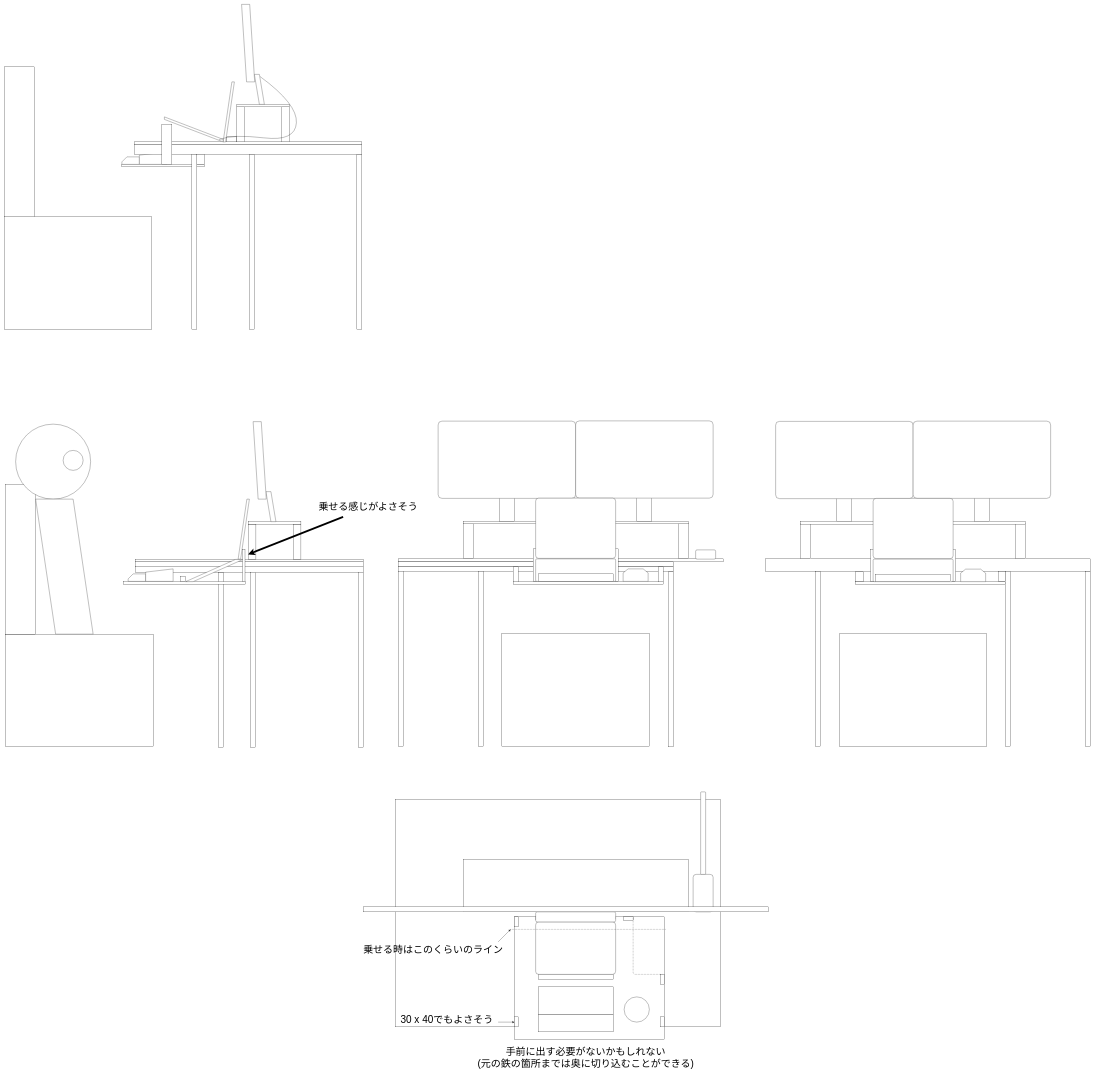
The draw.io diagram table.drawio in sendo-kakeru/diy, before the edit. Source tidied: cells renumbered, new cells numbered last; positions are measured from the earlier drawing's top-left corner, leaving out a move shared by most shapes. Both pictures are drawn from the tidied source at 25%, with x=0, y=0 at pixel (4, 4).
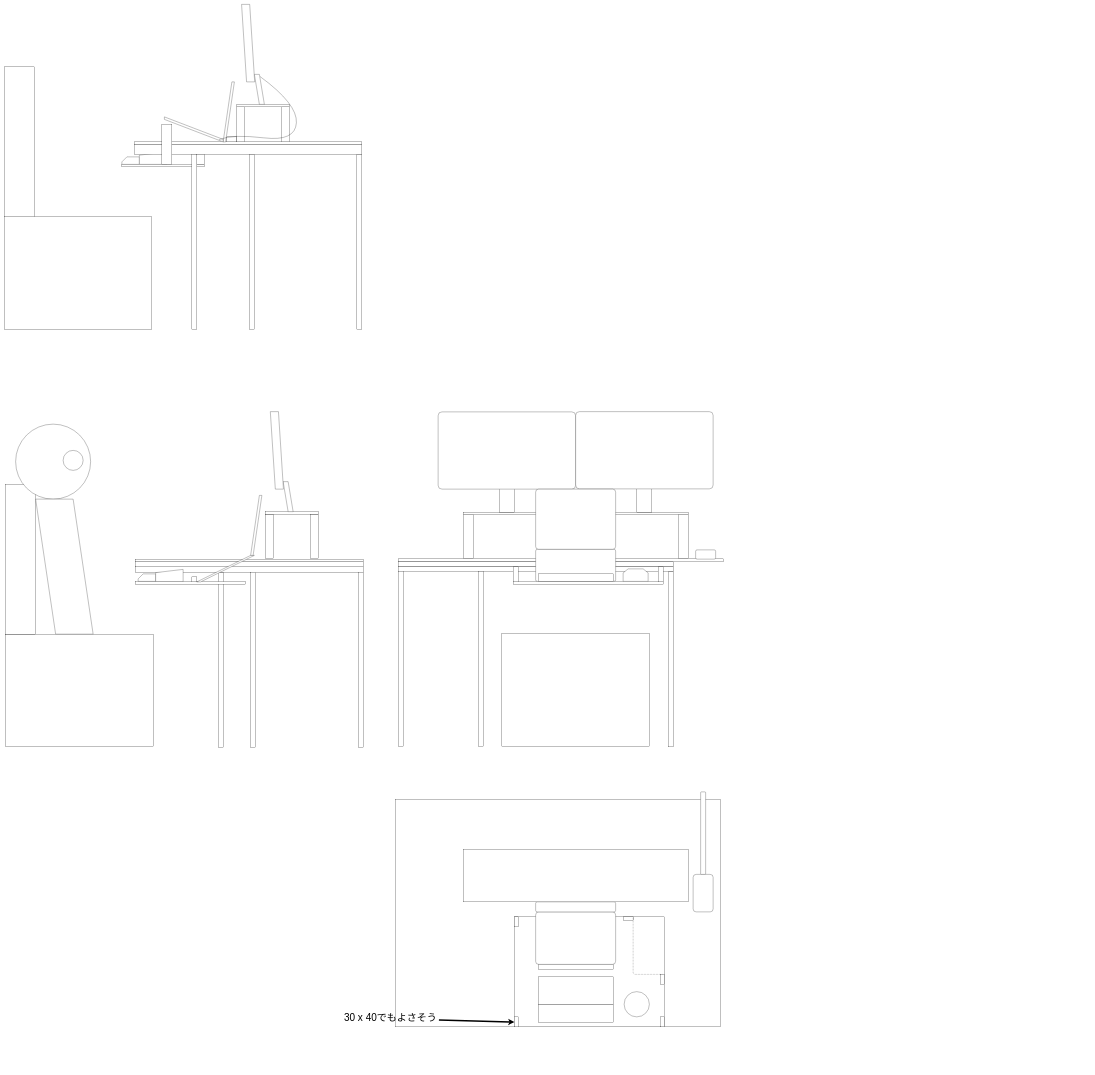
Above is the later version.

Commit message:
手前ラインの統一

Diff of the diagram source:
```diff
@@
     <mxCell id="3" style="rounded=0;whiteSpace=wrap;html=1;fillColor=default;" parent="1" vertex="1">
-      <mxGeometry x="2040" y="3650" width="600" height="490" as="geometry" />
+      <mxGeometry x="2040" y="3650" width="600" height="440" as="geometry" />
     </mxCell>
@@
-    <mxCell id="8" style="rounded=0;whiteSpace=wrap;html=1;fillColor=default;flipH=0;" parent="1" vertex="1">
-      <mxGeometry x="2115" y="2178" width="340" height="130" as="geometry" />
-    </mxCell>
@@
     <mxCell id="31" style="shape=card;whiteSpace=wrap;html=1;size=20;" parent="1" vertex="1">
-      <mxGeometry x="495" y="2278" width="70" height="30" as="geometry" />
+      <mxGeometry x="535" y="2278" width="70" height="30" as="geometry" />
     </mxCell>
     <mxCell id="32" style="shape=manualInput;whiteSpace=wrap;html=1;size=13;" parent="1" vertex="1">
-      <mxGeometry x="565" y="2258" width="110" height="50" as="geometry" />
+      <mxGeometry x="605" y="2260" width="110" height="50" as="geometry" />
     </mxCell>
     <mxCell id="33" style="rounded=0;whiteSpace=wrap;html=1;" parent="1" vertex="1">
-      <mxGeometry x="475" y="2309" width="490" height="10" as="geometry" />
+      <mxGeometry x="525" y="2309" width="440" height="10" as="geometry" />
     </mxCell>
@@
-    <mxCell id="40" style="shape=parallelogram;perimeter=parallelogramPerimeter;whiteSpace=wrap;html=1;fixedSize=1;size=200;" parent="1" vertex="1">
-      <mxGeometry x="725" y="2220" width="230" height="89" as="geometry" />
+    <mxCell id="40" style="shape=parallelogram;perimeter=parallelogramPerimeter;whiteSpace=wrap;html=1;fixedSize=1;size=215;" parent="1" vertex="1">
+      <mxGeometry x="770" y="2204" width="230" height="106" as="geometry" />
     </mxCell>
     <mxCell id="41" style="rounded=0;whiteSpace=wrap;html=1;" parent="1" vertex="1">
-      <mxGeometry x="705" y="2288" width="20" height="20" as="geometry" />
+      <mxGeometry x="750" y="2290" width="20" height="20" as="geometry" />
     </mxCell>
     <mxCell id="42" style="shape=parallelogram;perimeter=parallelogramPerimeter;whiteSpace=wrap;html=1;fixedSize=1;size=35;" parent="1" vertex="1">
-      <mxGeometry x="935" y="1979" width="45" height="240" as="geometry" />
+      <mxGeometry x="985" y="1964" width="45" height="240" as="geometry" />
     </mxCell>
-    <mxCell id="43" style="rounded=0;whiteSpace=wrap;html=1;fillColor=default;" parent="1" vertex="1">
-      <mxGeometry x="952.5" y="2180" width="10" height="129" as="geometry" />
-    </mxCell>
@@
     <mxCell id="47" style="rounded=0;whiteSpace=wrap;html=1;" parent="1" vertex="1">
-      <mxGeometry x="976.2" y="2079" width="30" height="140" as="geometry" />
+      <mxGeometry x="1045" y="2040" width="30" height="176" as="geometry" />
     </mxCell>
     <mxCell id="48" style="rounded=0;whiteSpace=wrap;html=1;" parent="1" vertex="1">
-      <mxGeometry x="1156.2" y="2079" width="30" height="140" as="geometry" />
+      <mxGeometry x="1225" y="2040" width="30" height="176" as="geometry" />
     </mxCell>
     <mxCell id="49" style="rounded=0;whiteSpace=wrap;html=1;fillColor=default;" parent="1" vertex="1">
-      <mxGeometry x="976.2" y="2069" width="210" height="10" as="geometry" />
+      <mxGeometry x="1045" y="2029" width="210" height="10" as="geometry" />
     </mxCell>
     <mxCell id="50" style="shape=parallelogram;perimeter=parallelogramPerimeter;whiteSpace=wrap;html=1;fixedSize=1;fillColor=default;flipH=1;" parent="1" vertex="1">
-      <mxGeometry x="1046.2" y="1949" width="40" height="120" as="geometry" />
+      <mxGeometry x="1115" y="1909" width="40" height="120" as="geometry" />
     </mxCell>
     <mxCell id="51" style="shape=parallelogram;perimeter=parallelogramPerimeter;whiteSpace=wrap;html=1;fixedSize=1;fillColor=default;flipH=1;" parent="1" vertex="1">
-      <mxGeometry x="995" y="1669" width="52.5" height="310" as="geometry" />
+      <mxGeometry x="1063.8" y="1629" width="52.5" height="310" as="geometry" />
     </mxCell>
@@
     <mxCell id="54" style="rounded=0;whiteSpace=wrap;html=1;fillColor=default;flipH=0;" parent="1" vertex="1">
-      <mxGeometry x="1835" y="2077" width="40" height="139" as="geometry" />
+      <mxGeometry x="1835" y="2040" width="40" height="176" as="geometry" />
     </mxCell>
     <mxCell id="55" style="rounded=0;whiteSpace=wrap;html=1;fillColor=default;flipH=0;" parent="1" vertex="1">
-      <mxGeometry x="2695" y="2076" width="40" height="140" as="geometry" />
+      <mxGeometry x="2695" y="2040" width="40" height="176" as="geometry" />
     </mxCell>
     <mxCell id="56" style="rounded=0;whiteSpace=wrap;html=1;fillColor=default;flipH=0;" parent="1" vertex="1">
-      <mxGeometry x="1835" y="2068" width="900" height="10" as="geometry" />
+      <mxGeometry x="1835" y="2031" width="900" height="10" as="geometry" />
     </mxCell>
     <mxCell id="57" style="rounded=0;whiteSpace=wrap;html=1;fillColor=default;flipH=0;" parent="1" vertex="1">
-      <mxGeometry x="1980" y="1946" width="60" height="122" as="geometry" />
+      <mxGeometry x="1980" y="1909" width="60" height="122" as="geometry" />
     </mxCell>
     <mxCell id="58" style="rounded=1;whiteSpace=wrap;html=1;fillColor=default;arcSize=5;flipH=0;" parent="1" vertex="1">
-      <mxGeometry x="1735" y="1667" width="550" height="309" as="geometry" />
+      <mxGeometry x="1735" y="1630" width="550" height="309" as="geometry" />
     </mxCell>
     <mxCell id="59" style="rounded=0;whiteSpace=wrap;html=1;fillColor=default;flipH=0;" parent="1" vertex="1">
-      <mxGeometry x="2530" y="1945" width="60" height="123" as="geometry" />
+      <mxGeometry x="2530" y="1908" width="60" height="123" as="geometry" />
     </mxCell>
     <mxCell id="60" style="rounded=1;whiteSpace=wrap;html=1;fillColor=default;arcSize=5;flipH=0;" parent="1" vertex="1">
-      <mxGeometry x="2285" y="1666" width="550" height="309" as="geometry" />
+      <mxGeometry x="2285" y="1629" width="550" height="309" as="geometry" />
     </mxCell>
     <mxCell id="61" style="rounded=1;whiteSpace=wrap;html=1;fillColor=default;spacing=2;arcSize=5;flipH=0;" parent="1" vertex="1">
-      <mxGeometry x="2125" y="1975" width="320" height="241" as="geometry" />
+      <mxGeometry x="2125" y="1939" width="320" height="241" as="geometry" />
     </mxCell>
-    <mxCell id="62" style="rounded=0;whiteSpace=wrap;html=1;fillColor=default;" parent="1" vertex="1">
-      <mxGeometry x="3045" y="2218" width="1300" height="50" as="geometry" />
-    </mxCell>
-    <mxCell id="63" style="rounded=0;whiteSpace=wrap;html=1;fillColor=default;" parent="1" vertex="1">
-      <mxGeometry x="3465" y="2179" width="340" height="130" as="geometry" />
-    </mxCell>
-    <mxCell id="64" style="rounded=0;whiteSpace=wrap;html=1;" parent="1" vertex="1">
-      <mxGeometry x="4325" y="2269" width="20" height="700" as="geometry" />
-    </mxCell>
-    <mxCell id="65" style="rounded=0;whiteSpace=wrap;html=1;" parent="1" vertex="1">
-      <mxGeometry x="3245" y="2269" width="20" height="700" as="geometry" />
-    </mxCell>
-    <mxCell id="66" style="rounded=0;whiteSpace=wrap;html=1;" parent="1" vertex="1">
-      <mxGeometry x="4005" y="2268" width="20" height="700" as="geometry" />
-    </mxCell>
-    <mxCell id="67" style="rounded=0;whiteSpace=wrap;html=1;fillColor=default;" parent="1" vertex="1">
-      <mxGeometry x="3405" y="2270" width="30" height="40" as="geometry" />
-    </mxCell>
-    <mxCell id="68" style="rounded=0;whiteSpace=wrap;html=1;fillColor=default;" parent="1" vertex="1">
-      <mxGeometry x="3975" y="2269" width="30" height="40" as="geometry" />
-    </mxCell>
-    <mxCell id="69" style="rounded=0;whiteSpace=wrap;html=1;" parent="1" vertex="1">
-      <mxGeometry x="3340" y="2518" width="590" height="450" as="geometry" />
-    </mxCell>
-    <mxCell id="70" style="rounded=0;whiteSpace=wrap;html=1;" parent="1" vertex="1">
-      <mxGeometry x="3405" y="2310" width="600" height="10" as="geometry" />
-    </mxCell>
-    <mxCell id="71" style="shape=loopLimit;whiteSpace=wrap;html=1;" parent="1" vertex="1">
-      <mxGeometry x="3825" y="2259" width="100" height="50" as="geometry" />
-    </mxCell>
-    <mxCell id="72" style="rounded=0;whiteSpace=wrap;html=1;fillColor=default;" parent="1" vertex="1">
-      <mxGeometry x="3185" y="2078" width="40" height="139" as="geometry" />
-    </mxCell>
-    <mxCell id="73" style="rounded=0;whiteSpace=wrap;html=1;fillColor=default;" parent="1" vertex="1">
-      <mxGeometry x="4045" y="2077" width="40" height="140" as="geometry" />
-    </mxCell>
-    <mxCell id="74" style="rounded=0;whiteSpace=wrap;html=1;fillColor=default;" parent="1" vertex="1">
-      <mxGeometry x="3185" y="2069" width="900" height="10" as="geometry" />
-    </mxCell>
-    <mxCell id="75" style="rounded=0;whiteSpace=wrap;html=1;fillColor=default;" parent="1" vertex="1">
-      <mxGeometry x="3330" y="1947" width="60" height="122" as="geometry" />
-    </mxCell>
-    <mxCell id="76" style="rounded=1;whiteSpace=wrap;html=1;fillColor=default;arcSize=5;" parent="1" vertex="1">
-      <mxGeometry x="3085" y="1668" width="550" height="309" as="geometry" />
-    </mxCell>
-    <mxCell id="77" style="rounded=0;whiteSpace=wrap;html=1;fillColor=default;" parent="1" vertex="1">
-      <mxGeometry x="3880" y="1946" width="60" height="123" as="geometry" />
-    </mxCell>
-    <mxCell id="78" style="rounded=1;whiteSpace=wrap;html=1;fillColor=default;arcSize=5;" parent="1" vertex="1">
-      <mxGeometry x="3635" y="1667" width="550" height="309" as="geometry" />
-    </mxCell>
-    <mxCell id="79" style="rounded=1;whiteSpace=wrap;html=1;fillColor=default;spacing=2;arcSize=5;" parent="1" vertex="1">
-      <mxGeometry x="3475" y="1976" width="320" height="241" as="geometry" />
-    </mxCell>
-    <mxCell id="80" style="rounded=1;whiteSpace=wrap;html=1;fillColor=default;spacing=2;arcSize=5;" parent="1" vertex="1">
-      <mxGeometry x="3475" y="2219" width="320" height="90" as="geometry" />
-    </mxCell>
-    <mxCell id="81" style="rounded=0;whiteSpace=wrap;html=1;" parent="1" vertex="1">
-      <mxGeometry x="3485" y="2279" width="300" height="30" as="geometry" />
-    </mxCell>
@@
     <mxCell id="86" style="rounded=1;whiteSpace=wrap;html=1;fillColor=default;spacing=2;arcSize=5;flipH=0;" parent="1" vertex="1">
-      <mxGeometry x="2125" y="2218" width="320" height="90" as="geometry" />
+      <mxGeometry x="2125" y="2180" width="320" height="128" as="geometry" />
     </mxCell>
@@
     <mxCell id="90" style="rounded=0;whiteSpace=wrap;html=1;fillColor=default;" parent="1" vertex="1">
-      <mxGeometry x="2135" y="4040" width="300" height="70" as="geometry" />
+      <mxGeometry x="2135" y="4001" width="300" height="70" as="geometry" />
     </mxCell>
     <mxCell id="91" style="rounded=0;whiteSpace=wrap;html=1;fillColor=default;" parent="1" vertex="1">
-      <mxGeometry x="2135" y="3930" width="300" height="110" as="geometry" />
+      <mxGeometry x="2135" y="3890" width="300" height="110" as="geometry" />
     </mxCell>
     <mxCell id="92" style="rounded=0;whiteSpace=wrap;html=1;fillColor=default;" parent="1" vertex="1">
-      <mxGeometry x="2135" y="3880" width="300" height="20" as="geometry" />
+      <mxGeometry x="2135" y="3840" width="300" height="20" as="geometry" />
     </mxCell>
     <mxCell id="93" style="rounded=1;whiteSpace=wrap;html=1;fillColor=default;arcSize=6;" parent="1" vertex="1">
-      <mxGeometry x="2125" y="3670" width="320" height="210" as="geometry" />
+      <mxGeometry x="2125" y="3630" width="320" height="210" as="geometry" />
     </mxCell>
@@
-    <mxCell id="95" style="rounded=0;whiteSpace=wrap;html=1;fillColor=default;" parent="1" vertex="1">
-      <mxGeometry x="2125" y="3650" width="320" height="10" as="geometry" />
-    </mxCell>
     <mxCell id="96" style="rounded=1;whiteSpace=wrap;html=1;fillColor=default;" parent="1" vertex="1">
-      <mxGeometry x="2125" y="3630" width="320" height="40" as="geometry" />
+      <mxGeometry x="2125" y="3590" width="320" height="40" as="geometry" />
     </mxCell>
     <mxCell id="97" style="ellipse;whiteSpace=wrap;html=1;fillColor=default;" parent="1" vertex="1">
-      <mxGeometry x="2479" y="3970" width="101" height="101" as="geometry" />
+      <mxGeometry x="2479" y="3949" width="101" height="101" as="geometry" />
     </mxCell>
@@
     <mxCell id="104" style="rounded=0;whiteSpace=wrap;html=1;fillColor=default;" parent="1" vertex="1">
-      <mxGeometry x="1835" y="3420" width="900" height="210" as="geometry" />
+      <mxGeometry x="1835" y="3380" width="900" height="210" as="geometry" />
     </mxCell>
-    <mxCell id="105" style="endArrow=classic;html=1;rounded=1;strokeWidth=7;jumpSize=6;" parent="1" edge="1">
-      <mxGeometry relative="1" as="geometry">
-        <mxPoint x="1355" y="2050" as="sourcePoint" />
-        <mxPoint x="975" y="2200" as="targetPoint" />
-      </mxGeometry>
-    </mxCell>
-    <mxCell id="106" value="&lt;span style=&quot;font-size: 40px;&quot;&gt;乗せる感じがよさそう&lt;/span&gt;" style="text;html=1;align=center;verticalAlign=middle;strokeColor=none;fillColor=none;" parent="1" vertex="1">
-      <mxGeometry x="1245" y="1979" width="420" height="60" as="geometry" />
-    </mxCell>
@@
-    <mxCell id="109" style="endArrow=none;dashed=1;html=1;rounded=1;strokeWidth=1;fontSize=40;jumpSize=6;" parent="1" edge="1">
-      <mxGeometry relative="1" as="geometry">
-        <mxPoint x="2645" y="3700" as="sourcePoint" />
-        <mxPoint x="2025" y="3700" as="targetPoint" />
-      </mxGeometry>
-    </mxCell>
-    <mxCell id="110" style="endArrow=classic;html=1;rounded=1;strokeWidth=1;fontSize=40;jumpSize=6;" parent="1" edge="1">
-      <mxGeometry relative="1" as="geometry">
-        <mxPoint x="1975" y="3750" as="sourcePoint" />
-        <mxPoint x="2025" y="3700" as="targetPoint" />
-      </mxGeometry>
-    </mxCell>
-    <mxCell id="111" value="乗せる時はこのくらいのライン" style="text;html=1;align=center;verticalAlign=middle;strokeColor=none;fillColor=none;fontSize=40;" parent="1" vertex="1">
-      <mxGeometry x="1425" y="3750" width="580" height="60" as="geometry" />
-    </mxCell>
-    <mxCell id="112" value="手前に出す必要がないかもしれない&lt;br&gt;(元の鉄の箇所までは奥に切り込むことができる)" style="text;html=1;align=center;verticalAlign=middle;strokeColor=none;fillColor=none;fontSize=40;" parent="1" vertex="1">
-      <mxGeometry x="1880" y="4155" width="890" height="110" as="geometry" />
-    </mxCell>
-    <mxCell id="113" style="endArrow=classic;html=1;rounded=1;strokeWidth=1;fontSize=40;jumpSize=6;" parent="1" edge="1">
+    <mxCell id="113" style="endArrow=classic;html=1;rounded=1;strokeWidth=6;fontSize=40;jumpSize=6;exitX=0.998;exitY=0.716;exitDx=0;exitDy=0;exitPerimeter=0;" parent="1" edge="1" source="114">
       <mxGeometry relative="1" as="geometry">
-        <mxPoint x="1975" y="4071" as="sourcePoint" />
         <mxPoint x="2040" y="4071" as="targetPoint" />
       </mxGeometry>
     </mxCell>
     <mxCell id="114" value="30 x 40でもよさそう" style="text;html=1;align=center;verticalAlign=middle;points=[];strokeColor=none;fillColor=none;fontSize=40;" parent="1" vertex="1">
-      <mxGeometry x="1575" y="4030" width="390" height="60" as="geometry" />
+      <mxGeometry x="1349" y="4020" width="390" height="60" as="geometry" />
     </mxCell>
-    <mxCell id="115" style="rounded=0;whiteSpace=wrap;html=1;fontSize=40;fillColor=default;" parent="1" vertex="1">
-      <mxGeometry x="1435" y="3610" width="1620" height="20" as="geometry" />
-    </mxCell>
```
